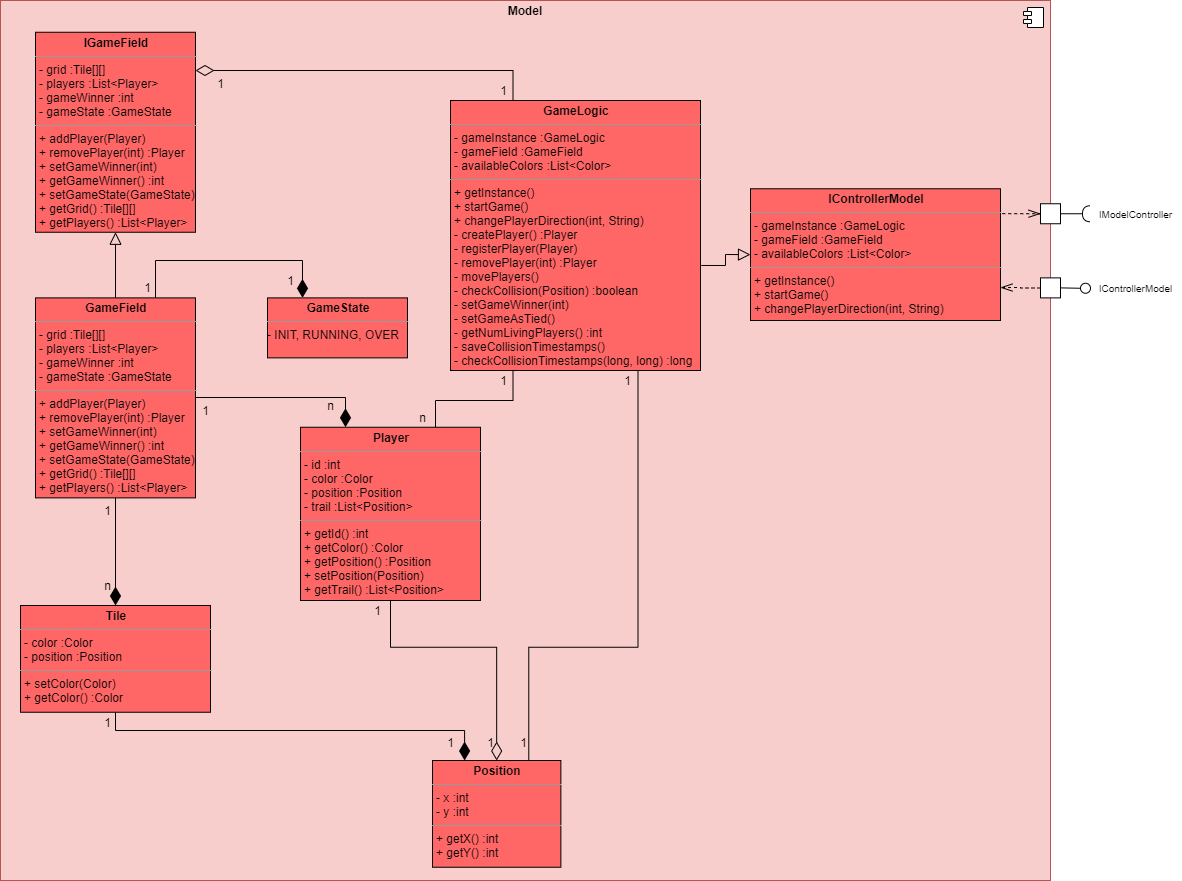
Before: Doku/images/Model_Ebene3.png, a diagram exported from draw.io (KjellooMelloo/gameoftrons). Source tidied: cells renumbered, new cells last; positions are measured from the earlier drawing's top-left corner, leaving out a move shared by most shapes.
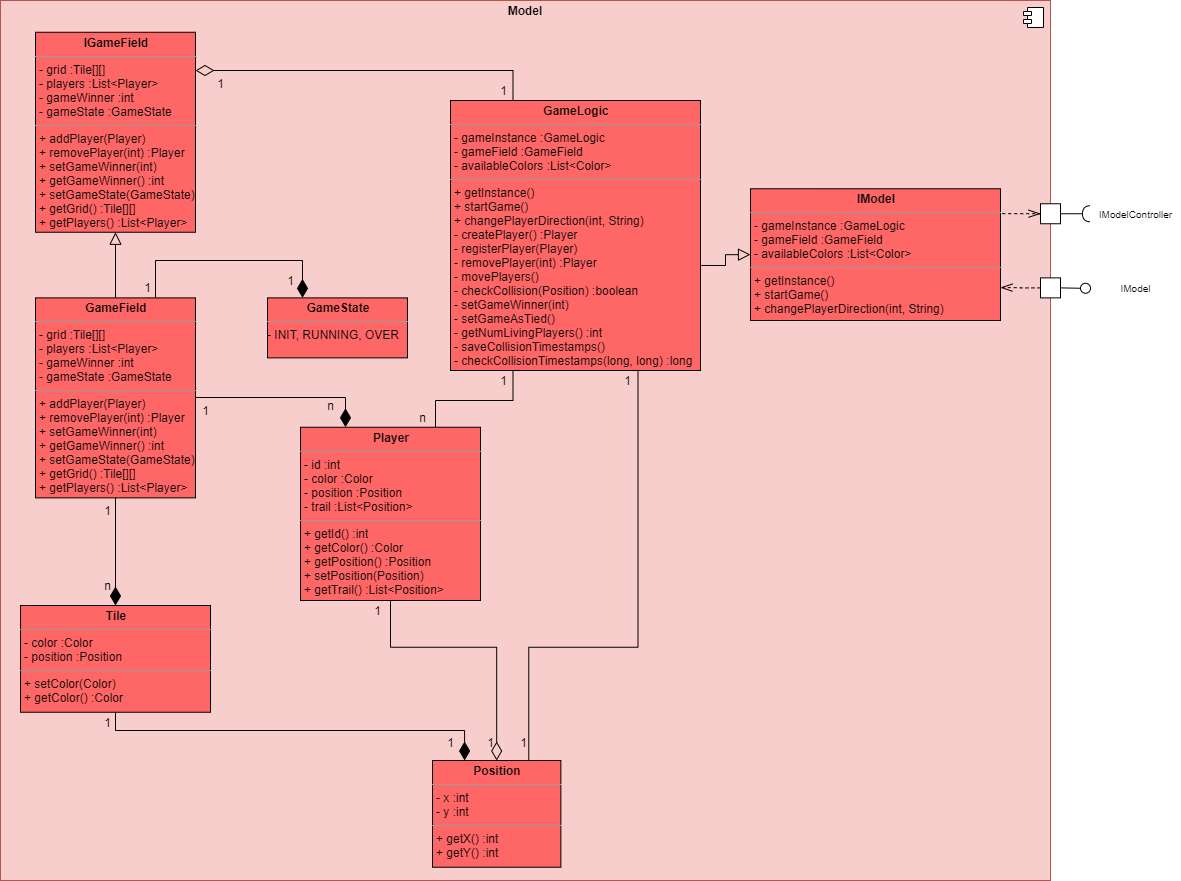
Above is the later version.

Commit message:
Interface IModel now consistent

Diff of the diagram source:
```diff
@@ -113,8 +113,8 @@
     <mxCell id="25" style="rounded=0;whiteSpace=wrap;html=1;" parent="1" vertex="1">
       <mxGeometry x="1040" y="277.4" width="20" height="20" as="geometry" />
     </mxCell>
-    <mxCell id="26" value="&lt;font style=&quot;font-size: 10px&quot;&gt;IControllerModel&lt;/font&gt;" style="text;html=1;align=center;verticalAlign=middle;" parent="1" vertex="1">
-      <mxGeometry x="1090" y="277.4" width="90" height="20" as="geometry" />
+    <mxCell id="26" value="&lt;font style=&quot;font-size: 10px&quot;&gt;IModel&lt;/font&gt;" style="text;html=1;align=center;verticalAlign=middle;" parent="1" vertex="1">
+      <mxGeometry x="1110" y="277.4" width="50" height="20" as="geometry" />
     </mxCell>
     <mxCell id="27" value="1" style="text;html=1;align=center;verticalAlign=middle;" parent="1" vertex="1">
       <mxGeometry x="97" y="711.8" width="20" height="20" as="geometry" />
@@ -180,7 +180,7 @@
     <mxCell id="46" style="edgeStyle=orthogonalEdgeStyle;rounded=0;jettySize=auto;html=1;entryX=0;entryY=0.5;entryDx=0;entryDy=0;dashed=1;endArrow=openThin;endFill=0;endSize=10;exitX=1.007;exitY=0.189;exitDx=0;exitDy=0;exitPerimeter=0;" parent="1" edge="1" source="47" target="19">
       <mxGeometry relative="1" as="geometry" />
     </mxCell>
-    <mxCell id="47" value="&lt;p style=&quot;margin: 0px ; margin-top: 4px ; text-align: center&quot;&gt;&lt;b&gt;IControllerModel&lt;/b&gt;&lt;/p&gt;&lt;hr size=&quot;1&quot;&gt;&lt;p style=&quot;margin: 0px ; margin-left: 4px&quot;&gt;- gameInstance :GameLogic&lt;/p&gt;&lt;p style=&quot;margin: 0px ; margin-left: 4px&quot;&gt;- gameField :GameField&lt;/p&gt;&lt;p style=&quot;margin: 0px 0px 0px 4px&quot;&gt;-&amp;nbsp;availableColors :List&amp;lt;Color&amp;gt;&lt;/p&gt;&lt;hr size=&quot;1&quot;&gt;&lt;p style=&quot;margin: 0px 0px 0px 4px&quot;&gt;+ getInstance()&lt;/p&gt;&lt;p style=&quot;margin: 0px 0px 0px 4px&quot;&gt;+ startGame()&lt;/p&gt;&lt;p style=&quot;margin: 0px 0px 0px 4px&quot;&gt;+ changePlayerDirection(int, String)&lt;/p&gt;&lt;p style=&quot;margin: 0px ; margin-left: 4px&quot;&gt;&lt;br&gt;&lt;/p&gt;&lt;p style=&quot;margin: 0px ; margin-left: 4px&quot;&gt;&lt;br&gt;&lt;/p&gt;" style="verticalAlign=top;align=left;overflow=fill;fontSize=12;fontFamily=Helvetica;html=1;fillColor=#FF6666;strokeColor=#000000;" parent="1" vertex="1">
+    <mxCell id="47" value="&lt;p style=&quot;margin: 0px ; margin-top: 4px ; text-align: center&quot;&gt;&lt;b&gt;IModel&lt;/b&gt;&lt;/p&gt;&lt;hr size=&quot;1&quot;&gt;&lt;p style=&quot;margin: 0px ; margin-left: 4px&quot;&gt;- gameInstance :GameLogic&lt;/p&gt;&lt;p style=&quot;margin: 0px ; margin-left: 4px&quot;&gt;- gameField :GameField&lt;/p&gt;&lt;p style=&quot;margin: 0px 0px 0px 4px&quot;&gt;-&amp;nbsp;availableColors :List&amp;lt;Color&amp;gt;&lt;/p&gt;&lt;hr size=&quot;1&quot;&gt;&lt;p style=&quot;margin: 0px 0px 0px 4px&quot;&gt;+ getInstance()&lt;/p&gt;&lt;p style=&quot;margin: 0px 0px 0px 4px&quot;&gt;+ startGame()&lt;/p&gt;&lt;p style=&quot;margin: 0px 0px 0px 4px&quot;&gt;+ changePlayerDirection(int, String)&lt;/p&gt;&lt;p style=&quot;margin: 0px ; margin-left: 4px&quot;&gt;&lt;br&gt;&lt;/p&gt;&lt;p style=&quot;margin: 0px ; margin-left: 4px&quot;&gt;&lt;br&gt;&lt;/p&gt;" style="verticalAlign=top;align=left;overflow=fill;fontSize=12;fontFamily=Helvetica;html=1;fillColor=#FF6666;strokeColor=#000000;" parent="1" vertex="1">
       <mxGeometry x="750" y="188.3" width="250" height="131.7" as="geometry" />
     </mxCell>
   </root>
```
